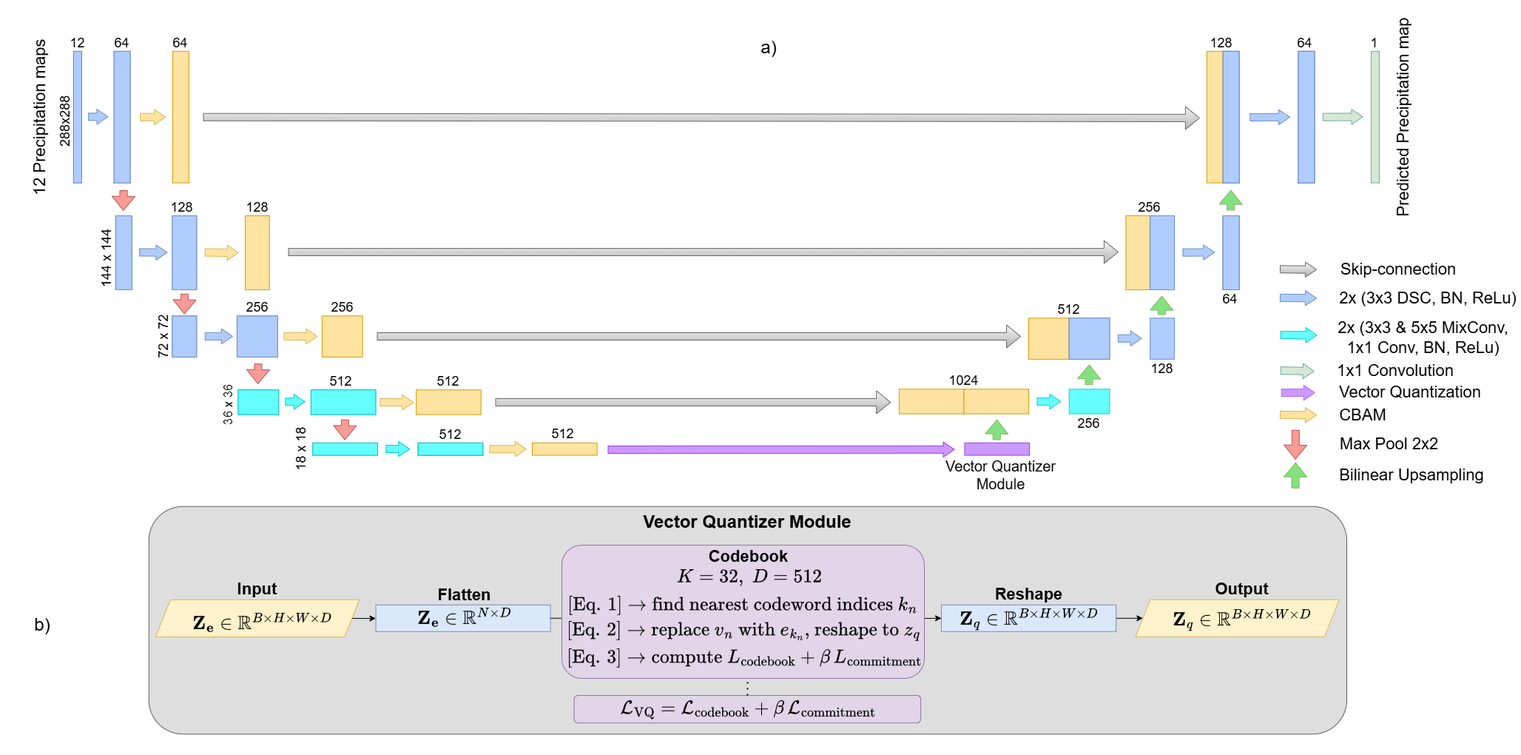
Above: SMiQ-UNet/Images/SMiQ-UNet-v5-white.png in nstavr04/MasterThesisSnellius (draw.io), before the change. Source tidied: cells renumbered, new cells last; positions are measured from the earlier drawing's top-left corner, leaving out a move shared by most shapes.
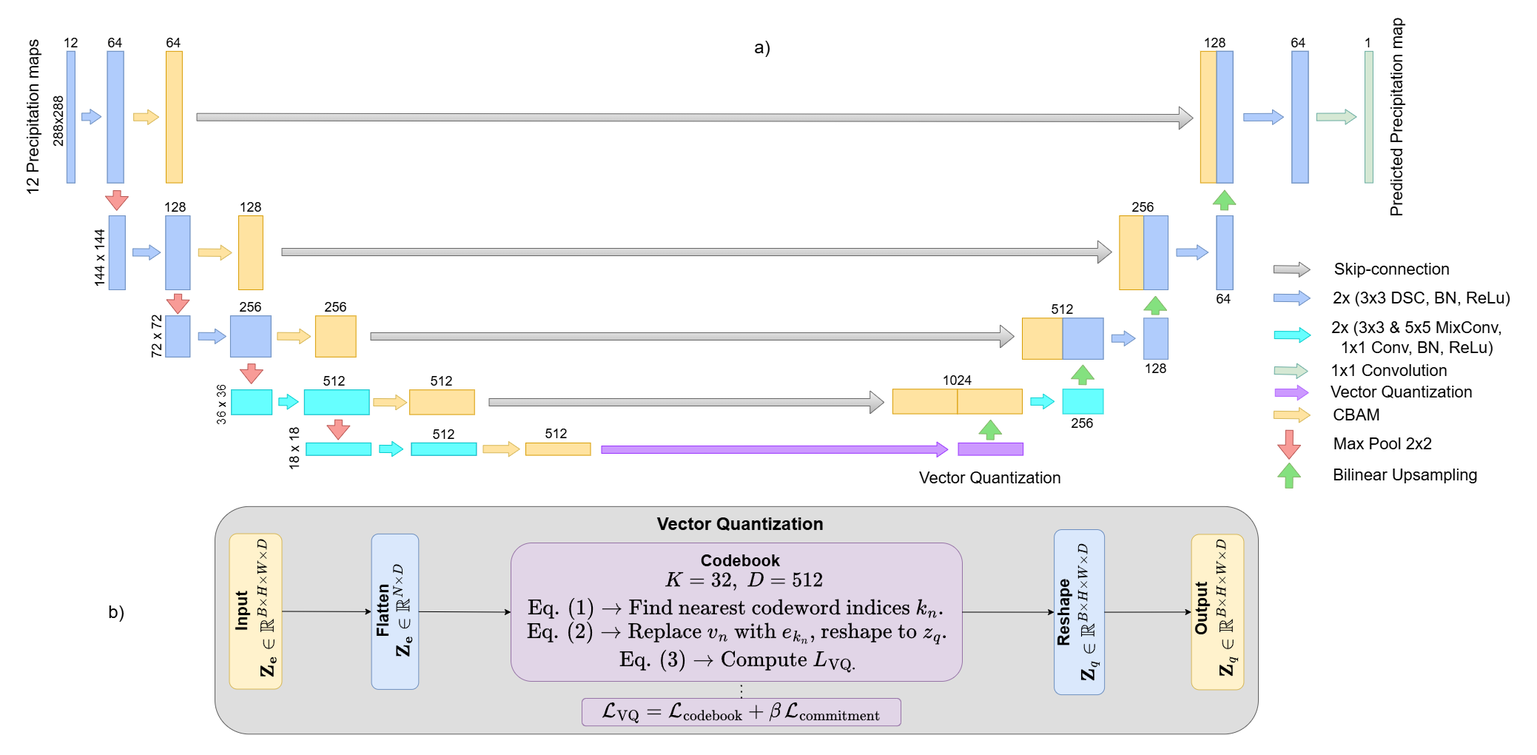
Later version of the same file.

Change to the diagram source:
```diff
@@ -5,3 +5,3 @@
     <mxCell id="2" style="group;" parent="1" vertex="1">
-      <mxGeometry x="146.8" y="0.3" width="2013.7" height="638.5" as="geometry" />
+      <mxGeometry x="146.8" y="0.3" width="2040" height="638.5" as="geometry" />
     </mxCell>
@@ -280,4 +280,4 @@
     </mxCell>
-    <mxCell id="73" value="&lt;font style=&quot;font-size: 20px;&quot;&gt;Vector Quantizer Module&lt;/font&gt;" style="text;html=1;strokeColor=none;fillColor=none;align=center;verticalAlign=middle;whiteSpace=wrap;rounded=0;fontSize=16;" parent="2" vertex="1">
-      <mxGeometry x="1230" y="622.5" width="161" height="11.1" as="geometry" />
+    <mxCell id="73" value="&lt;span style=&quot;font-size: 22px;&quot;&gt;Vector Quantization&lt;/span&gt;" style="text;html=1;strokeColor=none;fillColor=none;align=center;verticalAlign=middle;whiteSpace=wrap;rounded=0;fontSize=16;" parent="2" vertex="1">
+      <mxGeometry x="1205.5" y="627.4" width="200" height="11.1" as="geometry" />
     </mxCell>
@@ -478,4 +478,4 @@
     </mxCell>
-    <mxCell id="124" value="Vector Quantization" style="text;html=1;strokeColor=none;fillColor=none;align=center;verticalAlign=middle;whiteSpace=wrap;rounded=0;fontSize=22;" parent="2" vertex="1">
-      <mxGeometry x="1759.5" y="506.8" width="210" height="20" as="geometry" />
+    <mxCell id="124" value="Vector Quantization" style="text;html=1;strokeColor=none;fillColor=none;align=left;verticalAlign=middle;whiteSpace=wrap;rounded=0;fontSize=22;" parent="2" vertex="1">
+      <mxGeometry x="1763.5" y="506.8" width="280.5" height="20" as="geometry" />
     </mxCell>
@@ -488,12 +488,12 @@
     <mxCell id="127" value="&lt;font style=&quot;font-size: 24px;&quot;&gt;b)&lt;/font&gt;" style="text;html=1;align=center;verticalAlign=middle;whiteSpace=wrap;rounded=0;" parent="126" vertex="1">
-      <mxGeometry x="-9" y="160.5" width="114.3" height="49.1" as="geometry" />
+      <mxGeometry x="100" y="143.2" width="114.3" height="49.1" as="geometry" />
     </mxCell>
     <mxCell id="128" style="rounded=1;whiteSpace=wrap;html=1;fillColor=light-dark(#dedede, #FF3333);strokeColor=light-dark(#5e5e5e, #eb8585);" parent="126" vertex="1">
-      <mxGeometry x="191.7" y="24.8" width="1619.3" height="307.4" as="geometry" />
+      <mxGeometry x="290" y="24.8" width="1410" height="307.4" as="geometry" />
     </mxCell>
-    <mxCell id="129" value="&lt;span style=&quot;font-size: 24px;&quot;&gt;&lt;b&gt;Vector Quantizer Module&lt;/b&gt;&lt;/span&gt;" style="text;html=1;strokeColor=none;fillColor=none;align=center;verticalAlign=middle;whiteSpace=wrap;rounded=0;fontSize=16;" parent="126" vertex="1">
-      <mxGeometry x="763.2" y="27.8" width="476.3" height="35.5" as="geometry" />
+    <mxCell id="129" value="&lt;b style=&quot;&quot;&gt;&lt;font style=&quot;font-size: 24px;&quot;&gt;Vector Quantization&lt;/font&gt;&lt;/b&gt;" style="text;html=1;strokeColor=none;fillColor=none;align=center;verticalAlign=middle;whiteSpace=wrap;rounded=0;fontSize=16;" parent="126" vertex="1">
+      <mxGeometry x="754.4" y="30.8" width="492.8" height="35.5" as="geometry" />
     </mxCell>
     <mxCell id="130" value="&lt;div&gt;&lt;br&gt;&lt;/div&gt;" style="rounded=1;whiteSpace=wrap;html=1;fillColor=#e1d5e7;strokeColor=#9673a6;" parent="126" vertex="1">
-      <mxGeometry x="766.5" y="280" width="468.6" height="37.2" as="geometry" />
+      <mxGeometry x="786" y="284" width="431" height="37.2" as="geometry" />
     </mxCell>
@@ -501,78 +501,86 @@
       <mxGeometry relative="1" as="geometry">
-        <mxPoint x="1001.4" y="253.6" as="targetPoint" />
+        <mxPoint x="1001.4" y="257.6" as="targetPoint" />
       </mxGeometry>
     </mxCell>
-    <mxCell id="132" style="edgeStyle=orthogonalEdgeStyle;rounded=0;jettySize=auto;html=1;exitX=1;exitY=0.5;exitDx=0;exitDy=0;entryX=0;entryY=0.5;entryDx=0;entryDy=0;" parent="126" edge="1" source="133" target="144">
-      <mxGeometry relative="1" as="geometry" />
-    </mxCell>
-    <mxCell id="133" value="&lt;div&gt;&lt;div&gt;&lt;br&gt;&lt;/div&gt;&lt;/div&gt;" style="shape=parallelogram;perimeter=parallelogramPerimeter;whiteSpace=wrap;html=1;fixedSize=1;fillColor=#fff2cc;strokeColor=#d6b656;" parent="126" vertex="1">
-      <mxGeometry x="200.8" y="150.9" width="275.4" height="50.1" as="geometry" />
-    </mxCell>
-    <mxCell id="134" value="&lt;b style=&quot;&quot;&gt;&lt;font style=&quot;font-size: 22px;&quot;&gt;Input&lt;/font&gt;&lt;/b&gt;" style="text;html=1;align=center;verticalAlign=middle;whiteSpace=wrap;rounded=0;" parent="126" vertex="1">
-      <mxGeometry x="299.2" y="122.5" width="78.7" height="28.4" as="geometry" />
-    </mxCell>
-    <mxCell id="135" value="&lt;b style=&quot;&quot;&gt;&lt;font style=&quot;font-size: 22px;&quot;&gt;Flatten&lt;/font&gt;&lt;/b&gt;" style="text;html=1;align=center;verticalAlign=middle;whiteSpace=wrap;rounded=0;" parent="126" vertex="1">
-      <mxGeometry x="579.2" y="130.4" width="78.7" height="28.4" as="geometry" />
-    </mxCell>
-    <mxCell id="136" value="&lt;font style=&quot;font-size: 22px;&quot;&gt;&lt;br&gt;&lt;/font&gt;&lt;div&gt;&lt;div&gt;&lt;font style=&quot;font-size: 22px;&quot;&gt;\(\mathbf{Z_e}\in\mathbb{R}^{B\times H\times W\times D}\)&lt;/font&gt;&lt;/div&gt;&lt;div&gt;&lt;br&gt;&lt;/div&gt;&lt;/div&gt;" style="text;html=1;align=center;verticalAlign=middle;whiteSpace=wrap;rounded=0;" parent="126" vertex="1">
-      <mxGeometry x="305.7" y="163.9" width="78.7" height="27" as="geometry" />
-    </mxCell>
-    <mxCell id="137" value="&lt;b style=&quot;&quot;&gt;&lt;font style=&quot;font-size: 22px;&quot;&gt;Reshape&lt;/font&gt;&lt;/b&gt;" style="text;html=1;align=center;verticalAlign=middle;whiteSpace=wrap;rounded=0;" parent="126" vertex="1">
-      <mxGeometry x="1341.8" y="129.3" width="78.7" height="28.4" as="geometry" />
-    </mxCell>
-    <mxCell id="138" value="&lt;b style=&quot;&quot;&gt;&lt;font style=&quot;font-size: 22px;&quot;&gt;Output&lt;/font&gt;&lt;/b&gt;" style="text;html=1;align=center;verticalAlign=middle;whiteSpace=wrap;rounded=0;" parent="126" vertex="1">
-      <mxGeometry x="1630.3" y="122.5" width="78.7" height="28.4" as="geometry" />
-    </mxCell>
-    <mxCell id="139" value="&lt;div&gt;&lt;div&gt;&lt;br&gt;&lt;/div&gt;&lt;/div&gt;" style="shape=parallelogram;perimeter=parallelogramPerimeter;whiteSpace=wrap;html=1;fixedSize=1;fillColor=#fff2cc;strokeColor=#d6b656;" parent="126" vertex="1">
-      <mxGeometry x="1525.4" y="150.7" width="275.4" height="50.1" as="geometry" />
-    </mxCell>
-    <mxCell id="140" value="&lt;div&gt;&lt;font style=&quot;font-size: 22px;&quot;&gt;\(\mathbf{Z}_q\in\mathbb{R}^{B\times H\times W\times D}\)&lt;/font&gt;&lt;/div&gt;&lt;div&gt;&lt;br&gt;&lt;/div&gt;" style="text;html=1;align=center;verticalAlign=middle;whiteSpace=wrap;rounded=0;" parent="126" vertex="1">
-      <mxGeometry x="1630.3" y="171.1" width="78.7" height="27" as="geometry" />
-    </mxCell>
-    <mxCell id="141" style="edgeStyle=orthogonalEdgeStyle;rounded=0;jettySize=auto;html=1;exitX=1;exitY=0.5;exitDx=0;exitDy=0;entryX=0;entryY=0.5;entryDx=0;entryDy=0;" parent="126" edge="1" source="142" target="139">
-      <mxGeometry relative="1" as="geometry" />
-    </mxCell>
-    <mxCell id="142" value="&lt;div&gt;&lt;br&gt;&lt;/div&gt;" style="rounded=0;whiteSpace=wrap;html=1;fillColor=#dae8fc;strokeColor=#6c8ebf;" parent="126" vertex="1">
-      <mxGeometry x="1263.1" y="157.8" width="236.1" height="36" as="geometry" />
-    </mxCell>
-    <mxCell id="143" value="&lt;div&gt;&lt;div&gt;&lt;font style=&quot;font-size: 22px;&quot;&gt;\(\mathbf{Z}_q\in\mathbb{R}^{B\times H\times W\times D}\)&lt;/font&gt;&lt;/div&gt;&lt;div&gt;&lt;br&gt;&lt;/div&gt;&lt;/div&gt;" style="text;html=1;align=center;verticalAlign=middle;whiteSpace=wrap;rounded=0;" parent="126" vertex="1">
-      <mxGeometry x="1341.8" y="170.5" width="78.7" height="27" as="geometry" />
-    </mxCell>
-    <mxCell id="144" value="&lt;div&gt;&lt;br&gt;&lt;/div&gt;" style="rounded=0;whiteSpace=wrap;html=1;fillColor=#dae8fc;strokeColor=#6c8ebf;" parent="126" vertex="1">
-      <mxGeometry x="498.5" y="157.8" width="236.1" height="36" as="geometry" />
-    </mxCell>
-    <mxCell id="145" value="&lt;div&gt;&lt;b style=&quot;&quot;&gt;&lt;font style=&quot;font-size: 22px;&quot;&gt;\(\mathbf{Z_e}\in\mathbb{R}^{N\times D}\)&lt;/font&gt;&lt;/b&gt;&lt;/div&gt;&lt;div&gt;&lt;br&gt;&lt;/div&gt;" style="text;html=1;align=center;verticalAlign=middle;whiteSpace=wrap;rounded=0;" parent="126" vertex="1">
-      <mxGeometry x="579.2" y="175.1" width="78.7" height="16" as="geometry" />
-    </mxCell>
-    <mxCell id="146" style="edgeStyle=orthogonalEdgeStyle;rounded=0;jettySize=auto;html=1;exitX=1;exitY=0.5;exitDx=0;exitDy=0;entryX=0;entryY=0.5;entryDx=0;entryDy=0;entryPerimeter=0;" parent="126" edge="1" source="144">
-      <mxGeometry relative="1" as="geometry">
-        <mxPoint x="834.3" y="175.8" as="targetPoint" />
-      </mxGeometry>
-    </mxCell>
-    <mxCell id="147" style="edgeStyle=orthogonalEdgeStyle;rounded=0;jettySize=auto;html=1;exitX=1;exitY=0.5;exitDx=0;exitDy=0;exitPerimeter=0;entryX=0;entryY=0.5;entryDx=0;entryDy=0;" parent="126" edge="1" target="142">
-      <mxGeometry relative="1" as="geometry">
-        <mxPoint x="1168.4" y="175.8" as="sourcePoint" />
-      </mxGeometry>
-    </mxCell>
-    <mxCell id="148" value="&lt;div&gt;&lt;b style=&quot;&quot;&gt;&lt;font style=&quot;font-size: 22px;&quot;&gt;\(\mathcal{L}_\mathrm{VQ} = \mathcal{L}_\mathrm{codebook} + \beta\,\mathcal{L}_\mathrm{commitment}\)&lt;/font&gt;&lt;/b&gt;&lt;/div&gt;&lt;div&gt;&lt;br&gt;&lt;/div&gt;" style="text;html=1;align=center;verticalAlign=middle;whiteSpace=wrap;rounded=0;" parent="126" vertex="1">
-      <mxGeometry x="962.8" y="292" width="78.7" height="27" as="geometry" />
+    <mxCell id="148" value="&lt;div&gt;&lt;b style=&quot;&quot;&gt;&lt;font style=&quot;font-size: 24px;&quot;&gt;\(\mathcal{L}_\mathrm{VQ} = \mathcal{L}_\mathrm{codebook} + \beta\,\mathcal{L}_\mathrm{commitment}\)&lt;/font&gt;&lt;/b&gt;&lt;/div&gt;&lt;div&gt;&lt;br&gt;&lt;/div&gt;" style="text;html=1;align=center;verticalAlign=middle;whiteSpace=wrap;rounded=0;" parent="126" vertex="1">
+      <mxGeometry x="961.8" y="296" width="78.7" height="27" as="geometry" />
     </mxCell>
     <mxCell id="149" value="&lt;div&gt;&lt;div&gt;&lt;br&gt;&lt;/div&gt;&lt;/div&gt;" style="rounded=1;whiteSpace=wrap;html=1;fillColor=#e1d5e7;strokeColor=#9673a6;" parent="126" vertex="1">
-      <mxGeometry x="750" y="77" width="490" height="180" as="geometry" />
+      <mxGeometry x="690" y="74" width="610" height="187" as="geometry" />
     </mxCell>
-    <mxCell id="150" value="&lt;div&gt;&lt;font style=&quot;font-size: 22px;&quot;&gt;\( [\mathrm{Eq.\,1}] \rightarrow \text{find nearest codeword indices }k_n \)&lt;/font&gt;&lt;/div&gt;" style="text;html=1;align=center;verticalAlign=middle;whiteSpace=wrap;rounded=0;" parent="126" vertex="1">
-      <mxGeometry x="898.5" y="136.4" width="191.5" height="42.3" as="geometry" />
+    <mxCell id="150" value="&lt;div&gt;&lt;font style=&quot;font-size: 25px;&quot;&gt;\( \mathrm{Eq.\,(1)} \rightarrow \text{Find nearest codeword indices }k_n. \)&lt;/font&gt;&lt;/div&gt;" style="text;html=1;align=center;verticalAlign=middle;whiteSpace=wrap;rounded=0;" parent="126" vertex="1">
+      <mxGeometry x="898.5" y="140.4" width="191.5" height="42.3" as="geometry" />
     </mxCell>
-    <mxCell id="151" value="&lt;font style=&quot;font-size: 22px;&quot;&gt;\( [\mathrm{Eq.\,2}] \rightarrow \text{replace }v_n\text{ with }e_{k_n}\text{, reshape to }z_q \)&amp;nbsp;&amp;nbsp;&lt;/font&gt;" style="text;html=1;align=center;verticalAlign=middle;whiteSpace=wrap;rounded=0;" parent="126" vertex="1">
-      <mxGeometry x="838.5" y="192.3" width="314.7" height="27" as="geometry" />
+    <mxCell id="151" value="&lt;font style=&quot;font-size: 25px;&quot;&gt;\( \mathrm{Eq.\,(2)} \rightarrow \text{Replace }v_n\text{ with }e_{k_n}\text{, reshape to }z_q. \)&amp;nbsp;&amp;nbsp;&lt;/font&gt;" style="text;html=1;align=center;verticalAlign=middle;whiteSpace=wrap;rounded=0;" parent="126" vertex="1">
+      <mxGeometry x="838.5" y="196.3" width="314.7" height="27" as="geometry" />
     </mxCell>
-    <mxCell id="152" value="&lt;font style=&quot;font-size: 22px;&quot;&gt;\( [\mathrm{Eq.\,3}] \rightarrow \text{compute }L_{\mathrm{codebook}} + \beta\,L_{\mathrm{commitment}} \)&lt;/font&gt;" style="text;html=1;align=center;verticalAlign=middle;whiteSpace=wrap;rounded=0;" parent="126" vertex="1">
-      <mxGeometry x="848.7" y="215.8" width="296.4" height="27" as="geometry" />
+    <mxCell id="152" value="&lt;font style=&quot;font-size: 25px;&quot;&gt;\( \mathrm{Eq.\,(3)} \rightarrow \text{Compute }L_{\mathrm{VQ.}} \)&lt;/font&gt;" style="text;html=1;align=center;verticalAlign=middle;whiteSpace=wrap;rounded=0;" parent="126" vertex="1">
+      <mxGeometry x="848.7" y="219.8" width="296.4" height="27" as="geometry" />
     </mxCell>
     <mxCell id="153" value="&lt;b style=&quot;&quot;&gt;&lt;font style=&quot;font-size: 22px;&quot;&gt;Codebook&lt;/font&gt;&lt;/b&gt;" style="text;html=1;align=center;verticalAlign=middle;whiteSpace=wrap;rounded=0;" parent="126" vertex="1">
-      <mxGeometry x="962.8" y="78.8" width="78.7" height="28.4" as="geometry" />
+      <mxGeometry x="960.7" y="84.4" width="78.7" height="28.4" as="geometry" />
     </mxCell>
-    <mxCell id="154" value="&lt;div&gt;&lt;font style=&quot;font-size: 22px;&quot;&gt;\(\quad K=32,\;D=512\)&lt;/font&gt;&lt;/div&gt;&lt;div&gt;&lt;br&gt;&lt;/div&gt;" style="text;html=1;align=center;verticalAlign=middle;whiteSpace=wrap;rounded=0;" parent="126" vertex="1">
-      <mxGeometry x="912.9" y="108.8" width="157.4" height="38.5" as="geometry" />
+    <mxCell id="154" value="&lt;div&gt;&lt;font style=&quot;font-size: 24px;&quot;&gt;\(\quad K=32,\;D=512\)&lt;/font&gt;&lt;/div&gt;&lt;div&gt;&lt;br&gt;&lt;/div&gt;" style="text;html=1;align=center;verticalAlign=middle;whiteSpace=wrap;rounded=0;" parent="126" vertex="1">
+      <mxGeometry x="912.9" y="112.8" width="157.4" height="38.5" as="geometry" />
     </mxCell>
+    <mxCell id="155" style="group;rotation=-90;" parent="126" vertex="1">
+      <mxGeometry x="240" y="131" width="210" height="71" as="geometry" />
+    </mxCell>
+    <mxCell id="133" value="&lt;div&gt;&lt;div&gt;&lt;br&gt;&lt;/div&gt;&lt;/div&gt;" style="shape=rounded;perimeter=parallelogramPerimeter;whiteSpace=wrap;html=1;fixedSize=1;fillColor=#fff2cc;strokeColor=#d6b656;rounded=1;rotation=-90;" parent="155" vertex="1">
+      <mxGeometry width="210" height="71" as="geometry" />
+    </mxCell>
+    <mxCell id="134" value="&lt;b style=&quot;&quot;&gt;&lt;font style=&quot;font-size: 22px;&quot;&gt;Input&lt;/font&gt;&lt;/b&gt;" style="text;html=1;align=center;verticalAlign=middle;whiteSpace=wrap;rounded=0;rotation=-90;" parent="155" vertex="1">
+      <mxGeometry x="48" y="21" width="78.7" height="28.4" as="geometry" />
+    </mxCell>
+    <mxCell id="136" value="&lt;font style=&quot;font-size: 22px;&quot;&gt;&lt;br&gt;&lt;/font&gt;&lt;div&gt;&lt;div&gt;&lt;font style=&quot;font-size: 22px;&quot;&gt;\(\mathbf{Z_e}\in\mathbb{R}^{B\times H\times W\times D}\)&lt;/font&gt;&lt;/div&gt;&lt;div&gt;&lt;br&gt;&lt;/div&gt;&lt;/div&gt;" style="text;html=1;align=center;verticalAlign=middle;whiteSpace=wrap;rounded=0;rotation=-90;" parent="155" vertex="1">
+      <mxGeometry x="76" y="18" width="78.7" height="27" as="geometry" />
+    </mxCell>
+    <mxCell id="156" style="group;rotation=-90;" parent="126" vertex="1">
+      <mxGeometry x="440" y="148" width="210" height="63.8" as="geometry" />
+    </mxCell>
+    <mxCell id="144" value="&lt;div&gt;&lt;br&gt;&lt;/div&gt;" style="rounded=1;whiteSpace=wrap;html=1;fillColor=#dae8fc;strokeColor=#6c8ebf;rotation=-90;" parent="156" vertex="1">
+      <mxGeometry x="-11.6" y="-13" width="210" height="63.8" as="geometry" />
+    </mxCell>
+    <mxCell id="145" value="&lt;div&gt;&lt;b style=&quot;&quot;&gt;&lt;font style=&quot;font-size: 22px;&quot;&gt;\(\mathbf{Z_e}\in\mathbb{R}^{N\times D}\)&lt;/font&gt;&lt;/b&gt;&lt;/div&gt;&lt;div&gt;&lt;br&gt;&lt;/div&gt;" style="text;html=1;align=center;verticalAlign=middle;whiteSpace=wrap;rounded=0;rotation=-90;" parent="156" vertex="1">
+      <mxGeometry x="77.4" y="9" width="70" height="16" as="geometry" />
+    </mxCell>
+    <mxCell id="135" value="&lt;b style=&quot;&quot;&gt;&lt;font style=&quot;font-size: 22px;&quot;&gt;Flatten&lt;/font&gt;&lt;/b&gt;" style="text;html=1;align=center;verticalAlign=middle;whiteSpace=wrap;rounded=0;rotation=-90;" parent="156" vertex="1">
+      <mxGeometry x="43.3" y="3" width="70" height="28.4" as="geometry" />
+    </mxCell>
+    <mxCell id="157" style="group;rotation=-90;" parent="126" vertex="1">
+      <mxGeometry x="1540" y="132" width="210" height="70.8" as="geometry" />
+    </mxCell>
+    <mxCell id="139" value="&lt;div&gt;&lt;div&gt;&lt;br&gt;&lt;/div&gt;&lt;/div&gt;" style="shape=rectangle;perimeter=parallelogramPerimeter;whiteSpace=wrap;html=1;fixedSize=1;fillColor=#fff2cc;strokeColor=#d6b656;rounded=1;rotation=-90;" parent="157" vertex="1">
+      <mxGeometry width="210" height="70.8" as="geometry" />
+    </mxCell>
+    <mxCell id="138" value="&lt;b style=&quot;&quot;&gt;&lt;font style=&quot;font-size: 22px;&quot;&gt;Output&lt;/font&gt;&lt;/b&gt;" style="text;html=1;align=center;verticalAlign=middle;whiteSpace=wrap;rounded=0;rotation=-90;" parent="157" vertex="1">
+      <mxGeometry x="45" y="17" width="78.7" height="28.4" as="geometry" />
+    </mxCell>
+    <mxCell id="140" value="&lt;div&gt;&lt;font style=&quot;font-size: 22px;&quot;&gt;\(\mathbf{Z}_q\in\mathbb{R}^{B\times H\times W\times D}\)&lt;/font&gt;&lt;/div&gt;&lt;div&gt;&lt;br&gt;&lt;/div&gt;" style="text;html=1;align=center;verticalAlign=middle;whiteSpace=wrap;rounded=0;rotation=-90;" parent="157" vertex="1">
+      <mxGeometry x="85" y="17" width="78.7" height="27" as="geometry" />
+    </mxCell>
+    <mxCell id="158" style="group;rotation=-90;" parent="126" vertex="1">
+      <mxGeometry x="1340" y="134" width="236.2" height="71" as="geometry" />
+    </mxCell>
+    <mxCell id="142" value="&lt;div&gt;&lt;br&gt;&lt;/div&gt;" style="rounded=1;whiteSpace=wrap;html=1;fillColor=#dae8fc;strokeColor=#6c8ebf;rotation=-90;" parent="158" vertex="1">
+      <mxGeometry x="6.6" y="-0.4" width="223.1" height="68" as="geometry" />
+    </mxCell>
+    <mxCell id="143" value="&lt;div&gt;&lt;div&gt;&lt;font style=&quot;font-size: 22px;&quot;&gt;\(\mathbf{Z}_q\in\mathbb{R}^{B\times H\times W\times D}\)&lt;/font&gt;&lt;/div&gt;&lt;div&gt;&lt;br&gt;&lt;/div&gt;&lt;/div&gt;" style="text;html=1;align=center;verticalAlign=middle;whiteSpace=wrap;rounded=0;rotation=-90;" parent="158" vertex="1">
+      <mxGeometry x="99" y="21" width="78.7" height="27" as="geometry" />
+    </mxCell>
+    <mxCell id="137" value="&lt;b style=&quot;&quot;&gt;&lt;font style=&quot;font-size: 22px;&quot;&gt;Reshape&lt;/font&gt;&lt;/b&gt;" style="text;html=1;align=center;verticalAlign=middle;whiteSpace=wrap;rounded=0;rotation=-90;" parent="158" vertex="1">
+      <mxGeometry x="59" y="20" width="78.7" height="28.4" as="geometry" />
+    </mxCell>
+    <mxCell id="132" style="endArrow=classic;html=1;rounded=0;exitX=0.5;exitY=1;exitDx=0;exitDy=0;entryX=0.5;entryY=0;entryDx=0;entryDy=0;" parent="126" edge="1" source="133" target="144">
+      <mxGeometry relative="1" as="geometry" />
+    </mxCell>
+    <mxCell id="159" style="endArrow=classic;html=1;rounded=0;exitX=0.5;exitY=1;exitDx=0;exitDy=0;entryX=0;entryY=0.5;entryDx=0;entryDy=0;" parent="126" edge="1" source="144" target="149">
+      <mxGeometry relative="1" as="geometry" />
+    </mxCell>
+    <mxCell id="160" style="endArrow=classic;html=1;rounded=0;exitX=1;exitY=0.5;exitDx=0;exitDy=0;entryX=0.5;entryY=0;entryDx=0;entryDy=0;" parent="126" edge="1" source="149" target="142">
+      <mxGeometry relative="1" as="geometry" />
+    </mxCell>
+    <mxCell id="141" style="endArrow=classic;html=1;rounded=0;exitX=0.5;exitY=1;exitDx=0;exitDy=0;entryX=0.5;entryY=0;entryDx=0;entryDy=0;" parent="126" edge="1" source="142" target="139">
+      <mxGeometry relative="1" as="geometry" />
+    </mxCell>
   </root>
```
